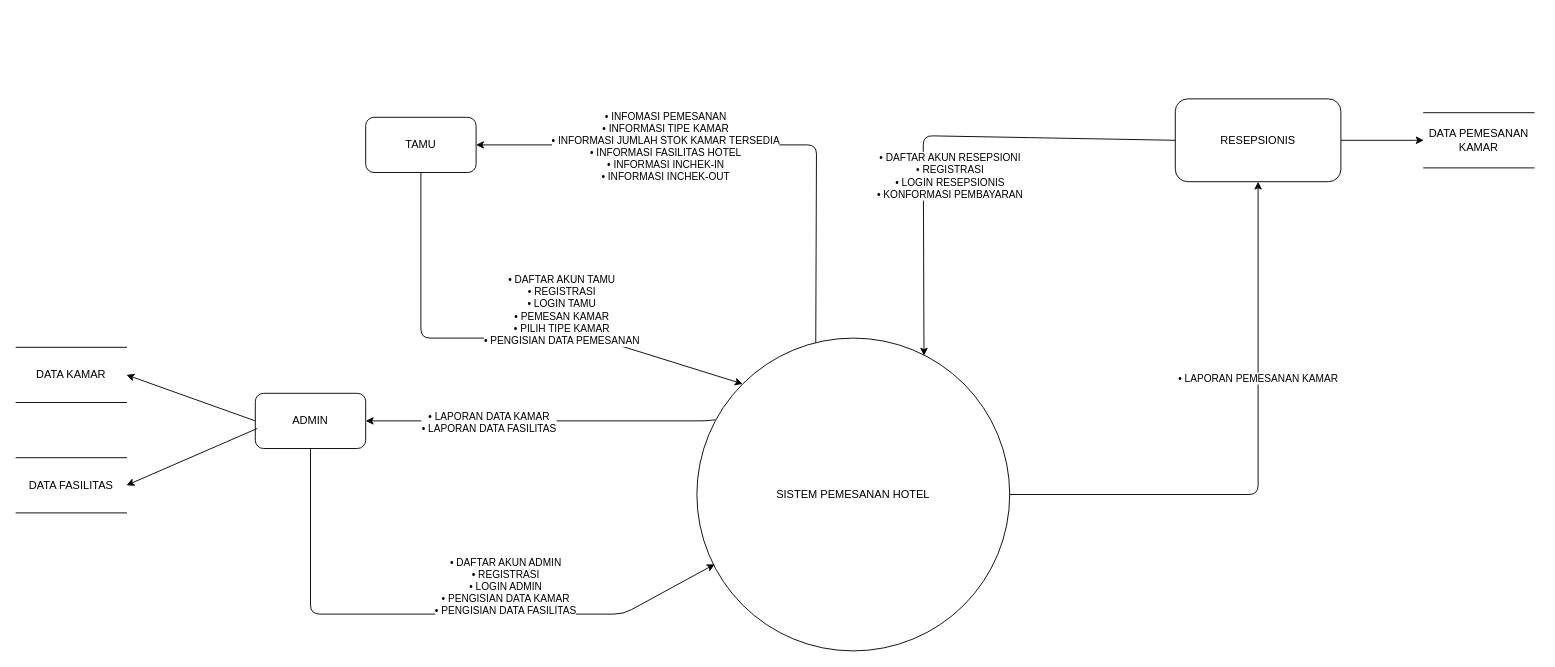
Earlier version of the draw.io diagram diagram dan flowchar/dfd pemesanan hotel.drawio (muhrafifrbn/hotelbarcelona). Source tidied: cells renumbered, new cells numbered last; positions are measured from the earlier drawing's top-left corner, leaving out a move shared by most shapes. Both pictures are drawn from the tidied source at 92%, with x=0, y=0 at pixel (16, 98).
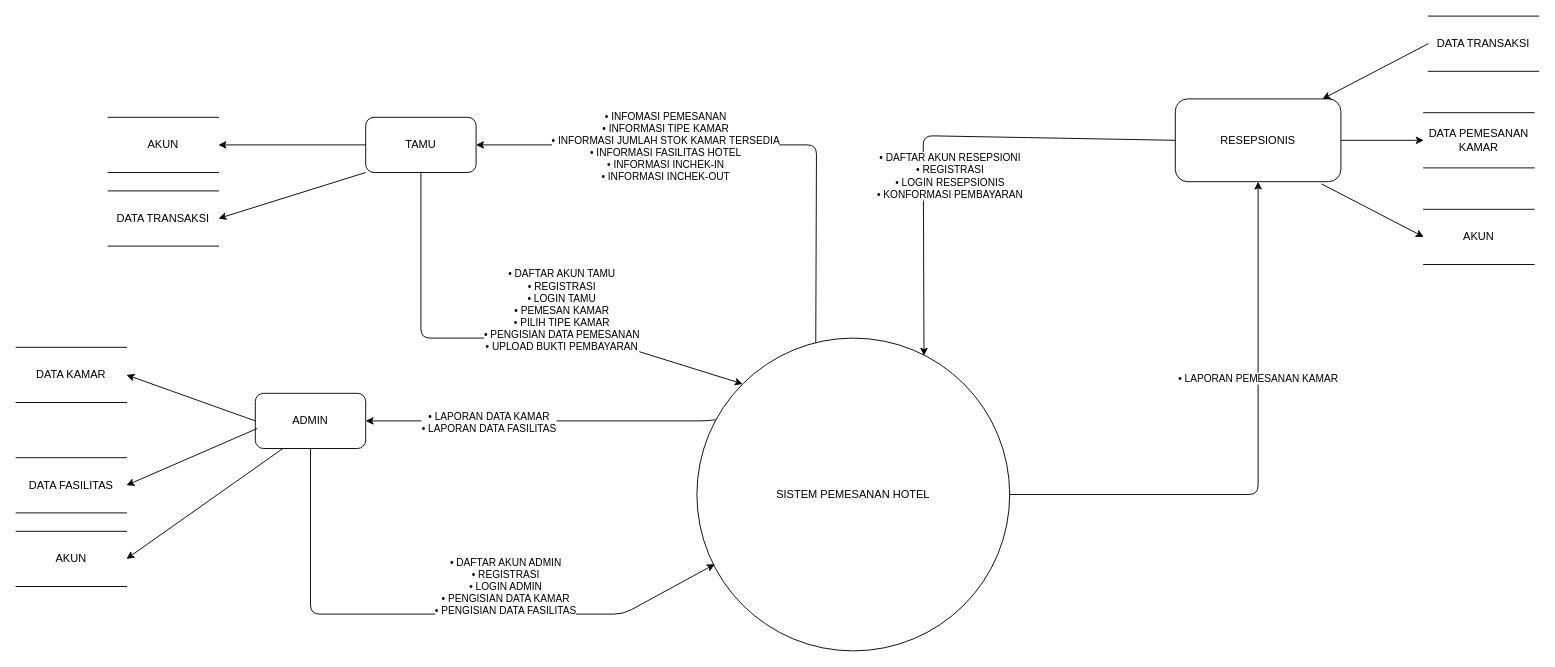
The same page after the edit.

Unchanged cells that the change refers to:
```xml
<mxCell id="2" value="TAMU" style="rounded=1;whiteSpace=wrap;html=1;" parent="1" vertex="1">
  <mxGeometry x="380" y="20" width="120" height="60" as="geometry" />
</mxCell>
<mxCell id="6" value="ADMIN" style="rounded=1;whiteSpace=wrap;html=1;" parent="1" vertex="1">
  <mxGeometry x="260" y="320" width="120" height="60" as="geometry" />
</mxCell>
<mxCell id="7" value="SISTEM PEMESANAN HOTEL" style="ellipse;whiteSpace=wrap;html=1;" parent="1" vertex="1">
  <mxGeometry x="740" y="260" width="340" height="340" as="geometry" />
</mxCell>
<mxCell id="15" value="RESEPSIONIS" style="rounded=1;whiteSpace=wrap;html=1;" parent="1" vertex="1">
  <mxGeometry x="1260" width="180" height="90" as="geometry" />
</mxCell>
```

What changed in the source:
```diff
@@
-    <mxCell id="3" value="• DAFTAR AKUN TAMU&lt;br&gt;• REGISTRASI&lt;br&gt;• LOGIN TAMU&lt;br&gt;• PEMESAN KAMAR&lt;br&gt;• PILIH TIPE KAMAR&lt;br&gt;• PENGISIAN DATA PEMESANAN&lt;br&gt;" style="endArrow=classic;html=1;exitX=0.5;exitY=1;exitDx=0;exitDy=0;entryX=0;entryY=0;entryDx=0;entryDy=0;" parent="1" edge="1" source="2" target="7">
+    <mxCell id="3" value="• DAFTAR AKUN TAMU&lt;br&gt;• REGISTRASI&lt;br&gt;• LOGIN TAMU&lt;br&gt;• PEMESAN KAMAR&lt;br&gt;• PILIH TIPE KAMAR&lt;br&gt;• PENGISIAN DATA PEMESANAN&lt;br&gt;• UPLOAD BUKTI PEMBAYARAN" style="endArrow=classic;html=1;exitX=0.5;exitY=1;exitDx=0;exitDy=0;entryX=0;entryY=0;entryDx=0;entryDy=0;" parent="1" edge="1" source="2" target="7">
       <mxGeometry x="0.24" y="30" relative="1" as="geometry">
         <Array as="points">
           <mxPoint x="440" y="260" />
           <mxPoint x="630" y="260" />
         </Array>
       </mxGeometry>
     </mxCell>
@@
+    <mxCell id="21" value="AKUN" style="shape=partialRectangle;whiteSpace=wrap;html=1;left=0;right=0;fillColor=none;" parent="1" vertex="1">
+      <mxGeometry x="100" y="20" width="120" height="60" as="geometry" />
+    </mxCell>
+    <mxCell id="22" style="endArrow=classic;html=1;entryX=1;entryY=0.5;entryDx=0;entryDy=0;exitX=0;exitY=0.5;exitDx=0;exitDy=0;" parent="1" edge="1" source="2" target="21">
+      <mxGeometry relative="1" as="geometry" />
+    </mxCell>
+    <mxCell id="23" value="AKUN" style="shape=partialRectangle;whiteSpace=wrap;html=1;left=0;right=0;fillColor=none;" parent="1" vertex="1">
+      <mxGeometry y="470" width="120" height="60" as="geometry" />
+    </mxCell>
+    <mxCell id="24" style="endArrow=classic;html=1;entryX=1;entryY=0.5;entryDx=0;entryDy=0;exitX=0.25;exitY=1;exitDx=0;exitDy=0;" parent="1" edge="1" source="6" target="23">
+      <mxGeometry relative="1" as="geometry" />
+    </mxCell>
+    <mxCell id="25" value="AKUN" style="shape=partialRectangle;whiteSpace=wrap;html=1;left=0;right=0;fillColor=none;" parent="1" vertex="1">
+      <mxGeometry x="1530" y="120" width="120" height="60" as="geometry" />
+    </mxCell>
+    <mxCell id="26" style="endArrow=classic;html=1;entryX=0;entryY=0.5;entryDx=0;entryDy=0;exitX=0.883;exitY=1.027;exitDx=0;exitDy=0;exitPerimeter=0;" parent="1" edge="1" source="15" target="25">
+      <mxGeometry relative="1" as="geometry" />
+    </mxCell>
+    <mxCell id="27" value="DATA TRANSAKSI" style="shape=partialRectangle;whiteSpace=wrap;html=1;left=0;right=0;fillColor=none;" parent="1" vertex="1">
+      <mxGeometry x="100" y="100" width="120" height="60" as="geometry" />
+    </mxCell>
+    <mxCell id="28" style="endArrow=classic;html=1;entryX=1;entryY=0.5;entryDx=0;entryDy=0;exitX=0;exitY=1;exitDx=0;exitDy=0;" parent="1" edge="1" source="2" target="27">
+      <mxGeometry relative="1" as="geometry" />
+    </mxCell>
+    <mxCell id="29" value="DATA TRANSAKSI" style="shape=partialRectangle;whiteSpace=wrap;html=1;left=0;right=0;fillColor=none;" parent="1" vertex="1">
+      <mxGeometry x="1535" y="-90" width="120" height="60" as="geometry" />
+    </mxCell>
+    <mxCell id="30" style="endArrow=classic;html=1;entryX=0.889;entryY=0;entryDx=0;entryDy=0;entryPerimeter=0;exitX=0;exitY=0.5;exitDx=0;exitDy=0;" parent="1" edge="1" source="29" target="15">
+      <mxGeometry relative="1" as="geometry" />
+    </mxCell>
```
